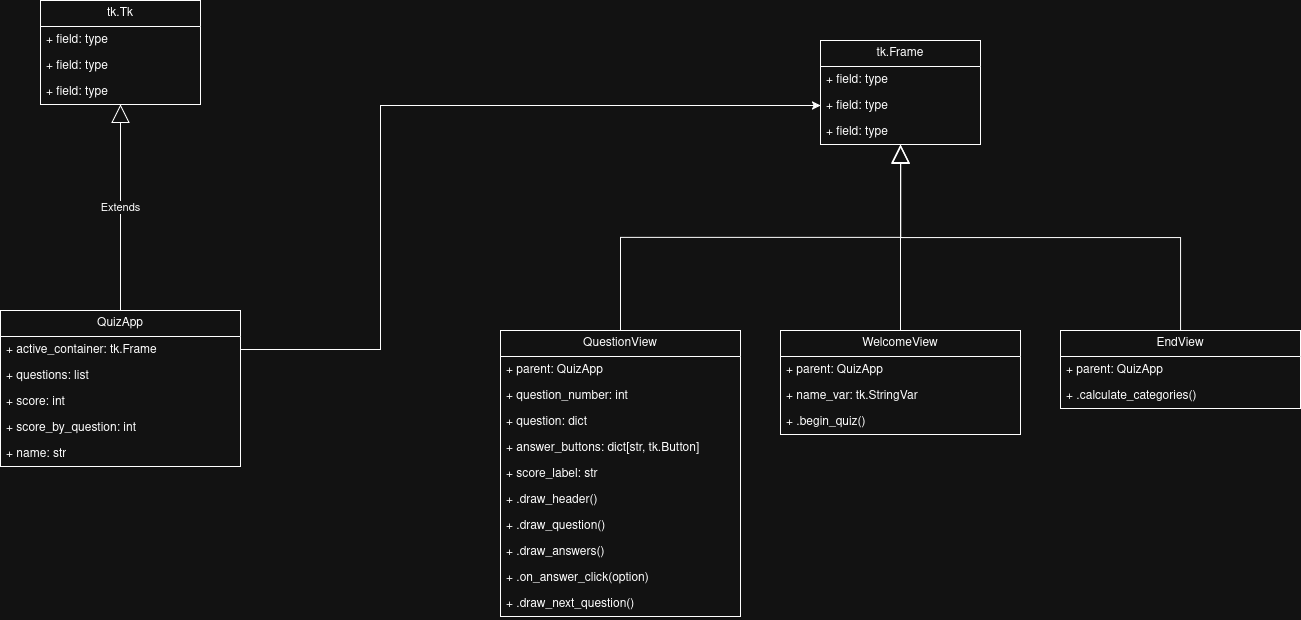
The draw.io diagram docs/Class Diagram.drawio.png in jake-uni-work/ifcs-summative-2, before a commit. Source tidied: cells renumbered, new cells last; positions are measured from the earlier drawing's top-left corner, leaving out a move shared by most shapes. Source of this version:
```xml
<mxGraphModel>
  <root>
    <mxCell id="0" />
    <mxCell id="1" parent="0" />
    <mxCell id="2" value="tk.Tk" style="swimlane;fontStyle=0;horizontal=1;startSize=26;fillColor=none;whiteSpace=wrap;html=1;" parent="1" vertex="1">
      <mxGeometry x="40" width="160" height="104" as="geometry" />
    </mxCell>
    <mxCell id="3" value="+ field: type" style="text;strokeColor=none;fillColor=none;align=left;verticalAlign=top;spacingLeft=4;spacingRight=4;overflow=hidden;whiteSpace=wrap;html=1;" parent="2" vertex="1">
      <mxGeometry y="26" width="160" height="26" as="geometry" />
    </mxCell>
    <mxCell id="4" value="+ field: type" style="text;strokeColor=none;fillColor=none;align=left;verticalAlign=top;spacingLeft=4;spacingRight=4;overflow=hidden;whiteSpace=wrap;html=1;" parent="2" vertex="1">
      <mxGeometry y="52" width="160" height="26" as="geometry" />
    </mxCell>
    <mxCell id="5" value="+ field: type" style="text;strokeColor=none;fillColor=none;align=left;verticalAlign=top;spacingLeft=4;spacingRight=4;overflow=hidden;whiteSpace=wrap;html=1;" parent="2" vertex="1">
      <mxGeometry y="78" width="160" height="26" as="geometry" />
    </mxCell>
    <mxCell id="6" value="QuizApp" style="swimlane;fontStyle=0;horizontal=1;startSize=26;fillColor=none;whiteSpace=wrap;html=1;" parent="1" vertex="1">
      <mxGeometry y="310" width="240" height="156" as="geometry" />
    </mxCell>
    <mxCell id="7" value="+ active_container: tk.Frame" style="text;strokeColor=none;fillColor=none;align=left;verticalAlign=top;spacingLeft=4;spacingRight=4;overflow=hidden;points=[[0,0.5],[1,0.5]];portConstraint=eastwest;whiteSpace=wrap;html=1;" parent="6" vertex="1">
      <mxGeometry y="26" width="240" height="26" as="geometry" />
    </mxCell>
    <mxCell id="8" value="+ questions: list" style="text;strokeColor=none;fillColor=none;align=left;verticalAlign=top;spacingLeft=4;spacingRight=4;overflow=hidden;whiteSpace=wrap;html=1;" parent="6" vertex="1">
      <mxGeometry y="52" width="240" height="26" as="geometry" />
    </mxCell>
    <mxCell id="9" value="+ score: int" style="text;strokeColor=none;fillColor=none;align=left;verticalAlign=top;spacingLeft=4;spacingRight=4;overflow=hidden;whiteSpace=wrap;html=1;" parent="6" vertex="1">
      <mxGeometry y="78" width="240" height="26" as="geometry" />
    </mxCell>
    <mxCell id="10" value="+ score_by_question: int" style="text;strokeColor=none;fillColor=none;align=left;verticalAlign=top;spacingLeft=4;spacingRight=4;overflow=hidden;whiteSpace=wrap;html=1;" parent="6" vertex="1">
      <mxGeometry y="104" width="240" height="26" as="geometry" />
    </mxCell>
    <mxCell id="11" value="+ name: str" style="text;strokeColor=none;fillColor=none;align=left;verticalAlign=top;spacingLeft=4;spacingRight=4;overflow=hidden;whiteSpace=wrap;html=1;" parent="6" vertex="1">
      <mxGeometry y="130" width="240" height="26" as="geometry" />
    </mxCell>
    <mxCell id="12" value="tk.Frame" style="swimlane;fontStyle=0;horizontal=1;startSize=26;fillColor=none;whiteSpace=wrap;html=1;" parent="1" vertex="1">
      <mxGeometry x="820" y="40" width="160" height="104" as="geometry" />
    </mxCell>
    <mxCell id="13" value="+ field: type" style="text;strokeColor=none;fillColor=none;align=left;verticalAlign=top;spacingLeft=4;spacingRight=4;overflow=hidden;whiteSpace=wrap;html=1;" parent="12" vertex="1">
      <mxGeometry y="26" width="160" height="26" as="geometry" />
    </mxCell>
    <mxCell id="14" value="+ field: type" style="text;strokeColor=none;fillColor=none;align=left;verticalAlign=top;spacingLeft=4;spacingRight=4;overflow=hidden;points=[[0,0.5],[1,0.5]];portConstraint=eastwest;whiteSpace=wrap;html=1;" parent="12" vertex="1">
      <mxGeometry y="52" width="160" height="26" as="geometry" />
    </mxCell>
    <mxCell id="15" value="+ field: type" style="text;strokeColor=none;fillColor=none;align=left;verticalAlign=top;spacingLeft=4;spacingRight=4;overflow=hidden;points=[[0,0.5],[1,0.5]];portConstraint=eastwest;whiteSpace=wrap;html=1;" parent="12" vertex="1">
      <mxGeometry y="78" width="160" height="26" as="geometry" />
    </mxCell>
    <mxCell id="16" value="QuestionView" style="swimlane;fontStyle=0;horizontal=1;startSize=26;fillColor=none;whiteSpace=wrap;html=1;" parent="1" vertex="1">
      <mxGeometry x="500" y="330" width="240" height="286" as="geometry" />
    </mxCell>
    <mxCell id="17" value="+ parent: QuizApp" style="text;strokeColor=none;fillColor=none;align=left;verticalAlign=top;spacingLeft=4;spacingRight=4;overflow=hidden;whiteSpace=wrap;html=1;" parent="16" vertex="1">
      <mxGeometry y="26" width="240" height="26" as="geometry" />
    </mxCell>
    <mxCell id="18" value="+ question_number: int" style="text;strokeColor=none;fillColor=none;align=left;verticalAlign=top;spacingLeft=4;spacingRight=4;overflow=hidden;whiteSpace=wrap;html=1;" parent="16" vertex="1">
      <mxGeometry y="52" width="240" height="26" as="geometry" />
    </mxCell>
    <mxCell id="19" value="+ question: dict" style="text;strokeColor=none;fillColor=none;align=left;verticalAlign=top;spacingLeft=4;spacingRight=4;overflow=hidden;whiteSpace=wrap;html=1;" parent="16" vertex="1">
      <mxGeometry y="78" width="240" height="26" as="geometry" />
    </mxCell>
    <mxCell id="20" value="+ answer_buttons: dict[str, tk.Button]" style="text;strokeColor=none;fillColor=none;align=left;verticalAlign=top;spacingLeft=4;spacingRight=4;overflow=hidden;whiteSpace=wrap;html=1;" parent="16" vertex="1">
      <mxGeometry y="104" width="240" height="26" as="geometry" />
    </mxCell>
    <mxCell id="21" value="+ score_label: str" style="text;strokeColor=none;fillColor=none;align=left;verticalAlign=top;spacingLeft=4;spacingRight=4;overflow=hidden;whiteSpace=wrap;html=1;" parent="16" vertex="1">
      <mxGeometry y="130" width="240" height="26" as="geometry" />
    </mxCell>
    <mxCell id="22" value="+ .draw_header()" style="text;strokeColor=none;fillColor=none;align=left;verticalAlign=top;spacingLeft=4;spacingRight=4;overflow=hidden;whiteSpace=wrap;html=1;" parent="16" vertex="1">
      <mxGeometry y="156" width="240" height="26" as="geometry" />
    </mxCell>
    <mxCell id="23" value="+ .draw_question()" style="text;strokeColor=none;fillColor=none;align=left;verticalAlign=top;spacingLeft=4;spacingRight=4;overflow=hidden;whiteSpace=wrap;html=1;" parent="16" vertex="1">
      <mxGeometry y="182" width="240" height="26" as="geometry" />
    </mxCell>
    <mxCell id="24" value="+ .draw_answers()" style="text;strokeColor=none;fillColor=none;align=left;verticalAlign=top;spacingLeft=4;spacingRight=4;overflow=hidden;whiteSpace=wrap;html=1;" parent="16" vertex="1">
      <mxGeometry y="208" width="240" height="26" as="geometry" />
    </mxCell>
    <mxCell id="25" value="+ .on_answer_click(option)" style="text;strokeColor=none;fillColor=none;align=left;verticalAlign=top;spacingLeft=4;spacingRight=4;overflow=hidden;whiteSpace=wrap;html=1;" parent="16" vertex="1">
      <mxGeometry y="234" width="240" height="26" as="geometry" />
    </mxCell>
    <mxCell id="26" value="+ .draw_next_question()" style="text;strokeColor=none;fillColor=none;align=left;verticalAlign=top;spacingLeft=4;spacingRight=4;overflow=hidden;whiteSpace=wrap;html=1;" parent="16" vertex="1">
      <mxGeometry y="260" width="240" height="26" as="geometry" />
    </mxCell>
    <mxCell id="27" style="endArrow=block;endSize=16;endFill=0;html=1;rounded=0;exitX=0.5;exitY=0;exitDx=0;exitDy=0;edgeStyle=orthogonalEdgeStyle;entryX=0.5;entryY=1;entryDx=0;entryDy=0;" parent="1" edge="1" source="16" target="12">
      <mxGeometry relative="1" as="geometry" />
    </mxCell>
    <mxCell id="28" style="edgeStyle=orthogonalEdgeStyle;rounded=0;jettySize=auto;html=1;entryX=0;entryY=0.5;entryDx=0;entryDy=0;" parent="1" edge="1" source="7" target="14">
      <mxGeometry relative="1" as="geometry">
        <Array as="points">
          <mxPoint x="380" y="349" />
          <mxPoint x="380" y="105" />
        </Array>
      </mxGeometry>
    </mxCell>
    <mxCell id="29" value="Extends" style="endArrow=block;endSize=16;endFill=0;html=1;rounded=0;exitX=0.5;exitY=0;exitDx=0;exitDy=0;edgeStyle=orthogonalEdgeStyle;" parent="1" edge="1" source="6" target="2">
      <mxGeometry relative="1" as="geometry" />
    </mxCell>
    <mxCell id="30" value="WelcomeView" style="swimlane;fontStyle=0;horizontal=1;startSize=26;fillColor=none;whiteSpace=wrap;html=1;" parent="1" vertex="1">
      <mxGeometry x="780" y="330" width="240" height="104" as="geometry" />
    </mxCell>
    <mxCell id="31" value="+ parent: QuizApp" style="text;strokeColor=none;fillColor=none;align=left;verticalAlign=top;spacingLeft=4;spacingRight=4;overflow=hidden;whiteSpace=wrap;html=1;" parent="30" vertex="1">
      <mxGeometry y="26" width="240" height="26" as="geometry" />
    </mxCell>
    <mxCell id="32" value="+ name_var: tk.StringVar" style="text;strokeColor=none;fillColor=none;align=left;verticalAlign=top;spacingLeft=4;spacingRight=4;overflow=hidden;whiteSpace=wrap;html=1;" parent="30" vertex="1">
      <mxGeometry y="52" width="240" height="26" as="geometry" />
    </mxCell>
    <mxCell id="33" value="+ .begin_quiz()" style="text;strokeColor=none;fillColor=none;align=left;verticalAlign=top;spacingLeft=4;spacingRight=4;overflow=hidden;whiteSpace=wrap;html=1;" parent="30" vertex="1">
      <mxGeometry y="78" width="240" height="26" as="geometry" />
    </mxCell>
    <mxCell id="34" style="endArrow=block;endSize=16;endFill=0;html=1;rounded=0;exitX=0.5;exitY=0;exitDx=0;exitDy=0;edgeStyle=orthogonalEdgeStyle;entryX=0.5;entryY=1.036;entryDx=0;entryDy=0;entryPerimeter=0;" parent="1" edge="1" source="30" target="15">
      <mxGeometry relative="1" as="geometry" />
    </mxCell>
    <mxCell id="35" value="EndView" style="swimlane;fontStyle=0;horizontal=1;startSize=26;fillColor=none;whiteSpace=wrap;html=1;" parent="1" vertex="1">
      <mxGeometry x="1060" y="330" width="240" height="78" as="geometry" />
    </mxCell>
    <mxCell id="36" value="+ parent: QuizApp" style="text;strokeColor=none;fillColor=none;align=left;verticalAlign=top;spacingLeft=4;spacingRight=4;overflow=hidden;whiteSpace=wrap;html=1;" parent="35" vertex="1">
      <mxGeometry y="26" width="240" height="26" as="geometry" />
    </mxCell>
    <mxCell id="37" value="+ .calculate_categories()" style="text;strokeColor=none;fillColor=none;align=left;verticalAlign=top;spacingLeft=4;spacingRight=4;overflow=hidden;whiteSpace=wrap;html=1;" parent="35" vertex="1">
      <mxGeometry y="52" width="240" height="26" as="geometry" />
    </mxCell>
    <mxCell id="38" style="endArrow=block;endSize=16;endFill=0;html=1;rounded=0;exitX=0.5;exitY=0;exitDx=0;exitDy=0;edgeStyle=orthogonalEdgeStyle;entryX=0.501;entryY=1.031;entryDx=0;entryDy=0;entryPerimeter=0;" parent="1" edge="1" source="35" target="15">
      <mxGeometry relative="1" as="geometry" />
    </mxCell>
  </root>
</mxGraphModel>
```
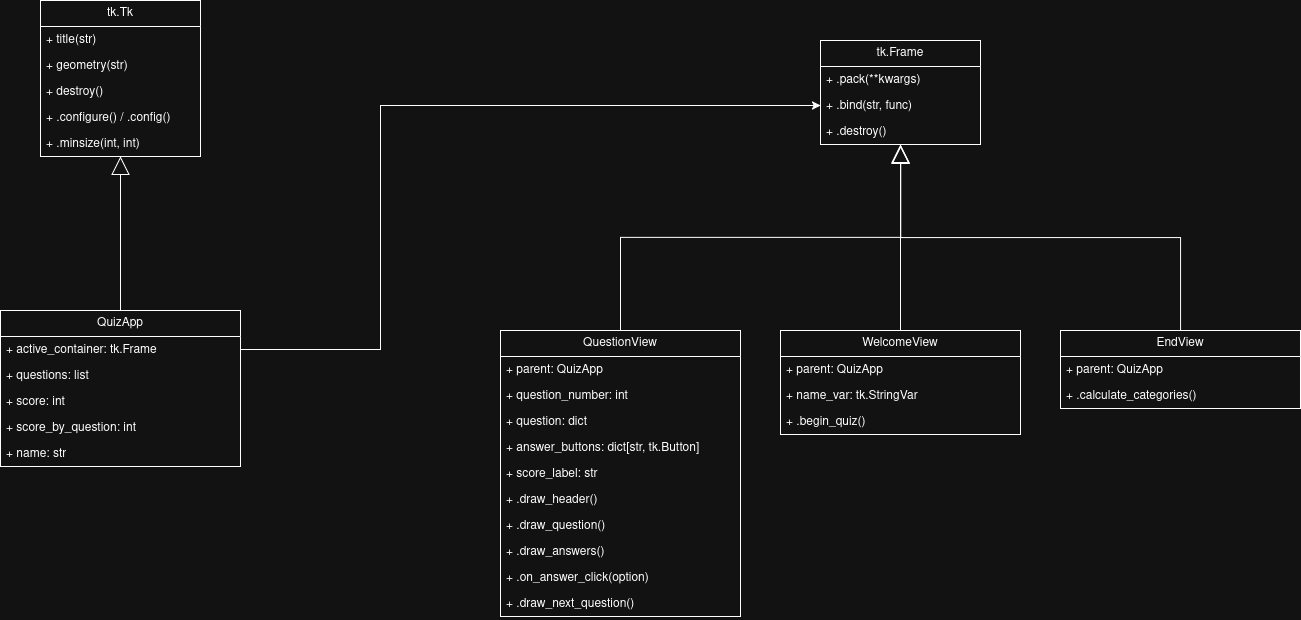
The same diagram one commit later.

Change to the diagram source:
```diff
@@ -3,17 +3,23 @@
     <mxCell id="0" />
     <mxCell id="1" parent="0" />
     <mxCell id="2" value="tk.Tk" style="swimlane;fontStyle=0;horizontal=1;startSize=26;fillColor=none;whiteSpace=wrap;html=1;" parent="1" vertex="1">
-      <mxGeometry x="40" width="160" height="104" as="geometry" />
+      <mxGeometry x="40" width="160" height="156" as="geometry" />
     </mxCell>
-    <mxCell id="3" value="+ field: type" style="text;strokeColor=none;fillColor=none;align=left;verticalAlign=top;spacingLeft=4;spacingRight=4;overflow=hidden;whiteSpace=wrap;html=1;" parent="2" vertex="1">
+    <mxCell id="3" value="+ title(str)" style="text;strokeColor=none;fillColor=none;align=left;verticalAlign=top;spacingLeft=4;spacingRight=4;overflow=hidden;whiteSpace=wrap;html=1;" parent="2" vertex="1">
       <mxGeometry y="26" width="160" height="26" as="geometry" />
     </mxCell>
-    <mxCell id="4" value="+ field: type" style="text;strokeColor=none;fillColor=none;align=left;verticalAlign=top;spacingLeft=4;spacingRight=4;overflow=hidden;whiteSpace=wrap;html=1;" parent="2" vertex="1">
+    <mxCell id="4" value="&lt;div&gt;+ geometry(str)&lt;/div&gt;" style="text;strokeColor=none;fillColor=none;align=left;verticalAlign=top;spacingLeft=4;spacingRight=4;overflow=hidden;whiteSpace=wrap;html=1;" parent="2" vertex="1">
       <mxGeometry y="52" width="160" height="26" as="geometry" />
     </mxCell>
-    <mxCell id="5" value="+ field: type" style="text;strokeColor=none;fillColor=none;align=left;verticalAlign=top;spacingLeft=4;spacingRight=4;overflow=hidden;whiteSpace=wrap;html=1;" parent="2" vertex="1">
+    <mxCell id="5" value="&lt;div&gt;+ destroy()&lt;/div&gt;" style="text;strokeColor=none;fillColor=none;align=left;verticalAlign=top;spacingLeft=4;spacingRight=4;overflow=hidden;whiteSpace=wrap;html=1;" parent="2" vertex="1">
       <mxGeometry y="78" width="160" height="26" as="geometry" />
     </mxCell>
+    <mxCell id="39" value="+ .configure() / .config()" style="text;strokeColor=none;fillColor=none;align=left;verticalAlign=top;spacingLeft=4;spacingRight=4;overflow=hidden;whiteSpace=wrap;html=1;" parent="2" vertex="1">
+      <mxGeometry y="104" width="160" height="26" as="geometry" />
+    </mxCell>
+    <mxCell id="40" value="+ .minsize(int, int)" style="text;strokeColor=none;fillColor=none;align=left;verticalAlign=top;spacingLeft=4;spacingRight=4;overflow=hidden;whiteSpace=wrap;html=1;" parent="2" vertex="1">
+      <mxGeometry y="130" width="160" height="26" as="geometry" />
+    </mxCell>
     <mxCell id="6" value="QuizApp" style="swimlane;fontStyle=0;horizontal=1;startSize=26;fillColor=none;whiteSpace=wrap;html=1;" parent="1" vertex="1">
       <mxGeometry y="310" width="240" height="156" as="geometry" />
     </mxCell>
@@ -35,13 +41,13 @@
     <mxCell id="12" value="tk.Frame" style="swimlane;fontStyle=0;horizontal=1;startSize=26;fillColor=none;whiteSpace=wrap;html=1;" parent="1" vertex="1">
       <mxGeometry x="820" y="40" width="160" height="104" as="geometry" />
     </mxCell>
-    <mxCell id="13" value="+ field: type" style="text;strokeColor=none;fillColor=none;align=left;verticalAlign=top;spacingLeft=4;spacingRight=4;overflow=hidden;whiteSpace=wrap;html=1;" parent="12" vertex="1">
+    <mxCell id="13" value="+ .pack(**kwargs)" style="text;strokeColor=none;fillColor=none;align=left;verticalAlign=top;spacingLeft=4;spacingRight=4;overflow=hidden;whiteSpace=wrap;html=1;" parent="12" vertex="1">
       <mxGeometry y="26" width="160" height="26" as="geometry" />
     </mxCell>
-    <mxCell id="14" value="+ field: type" style="text;strokeColor=none;fillColor=none;align=left;verticalAlign=top;spacingLeft=4;spacingRight=4;overflow=hidden;points=[[0,0.5],[1,0.5]];portConstraint=eastwest;whiteSpace=wrap;html=1;" parent="12" vertex="1">
+    <mxCell id="14" value="+ .bind(str, func)" style="text;strokeColor=none;fillColor=none;align=left;verticalAlign=top;spacingLeft=4;spacingRight=4;overflow=hidden;points=[[0,0.5],[1,0.5]];portConstraint=eastwest;whiteSpace=wrap;html=1;" parent="12" vertex="1">
       <mxGeometry y="52" width="160" height="26" as="geometry" />
     </mxCell>
-    <mxCell id="15" value="+ field: type" style="text;strokeColor=none;fillColor=none;align=left;verticalAlign=top;spacingLeft=4;spacingRight=4;overflow=hidden;points=[[0,0.5],[1,0.5]];portConstraint=eastwest;whiteSpace=wrap;html=1;" parent="12" vertex="1">
+    <mxCell id="15" value="+ .destroy()" style="text;strokeColor=none;fillColor=none;align=left;verticalAlign=top;spacingLeft=4;spacingRight=4;overflow=hidden;points=[[0,0.5],[1,0.5]];portConstraint=eastwest;whiteSpace=wrap;html=1;" parent="12" vertex="1">
       <mxGeometry y="78" width="160" height="26" as="geometry" />
     </mxCell>
     <mxCell id="16" value="QuestionView" style="swimlane;fontStyle=0;horizontal=1;startSize=26;fillColor=none;whiteSpace=wrap;html=1;" parent="1" vertex="1">
@@ -88,7 +94,7 @@
         </Array>
       </mxGeometry>
     </mxCell>
-    <mxCell id="29" value="Extends" style="endArrow=block;endSize=16;endFill=0;html=1;rounded=0;exitX=0.5;exitY=0;exitDx=0;exitDy=0;edgeStyle=orthogonalEdgeStyle;" parent="1" edge="1" source="6" target="2">
+    <mxCell id="29" value="&lt;div&gt;&lt;br&gt;&lt;/div&gt;&lt;div&gt;&lt;br&gt;&lt;/div&gt;" style="endArrow=block;endSize=16;endFill=0;html=1;rounded=0;exitX=0.5;exitY=0;exitDx=0;exitDy=0;edgeStyle=orthogonalEdgeStyle;" parent="1" edge="1" source="6" target="2">
       <mxGeometry relative="1" as="geometry" />
     </mxCell>
     <mxCell id="30" value="WelcomeView" style="swimlane;fontStyle=0;horizontal=1;startSize=26;fillColor=none;whiteSpace=wrap;html=1;" parent="1" vertex="1">
```
